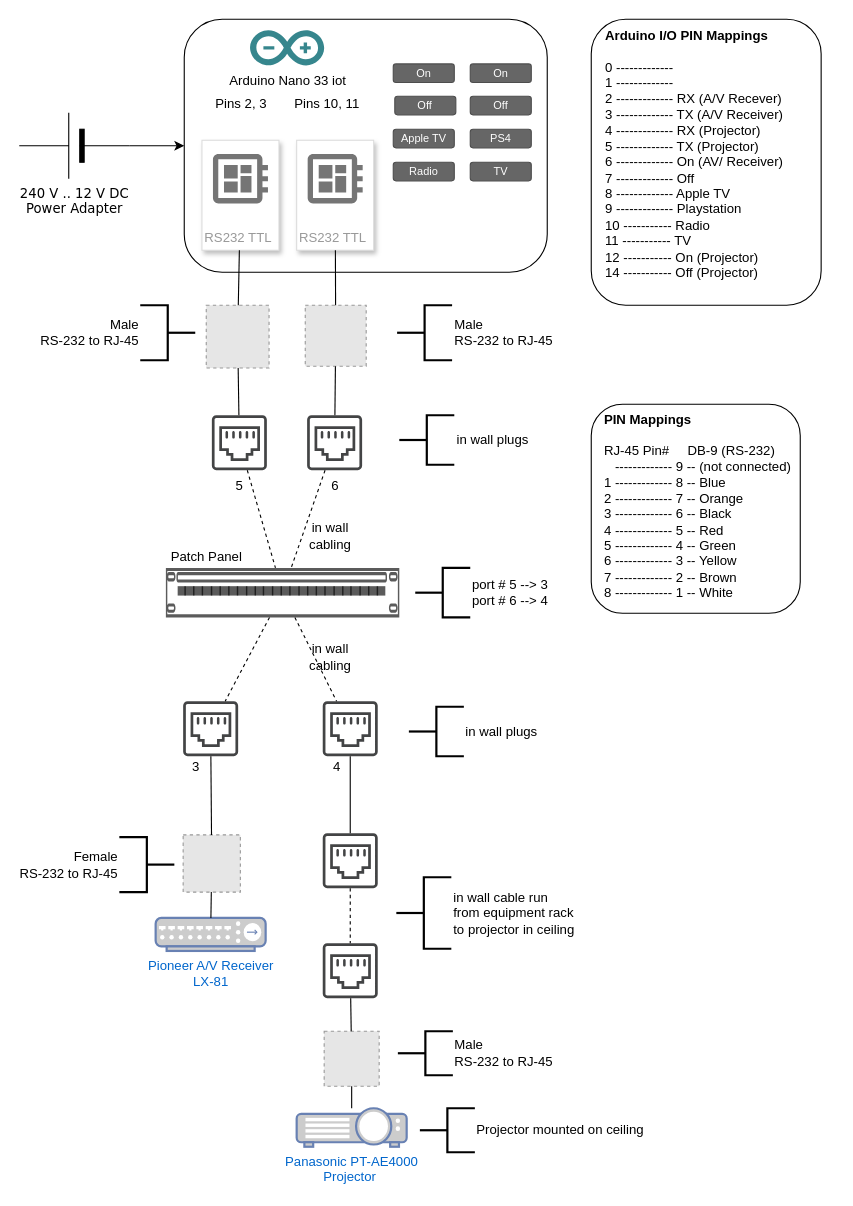
The draw.io diagram Home-Theatre-Remote.drawio in granticini/home-theatre-remote, before the edit. Source tidied: cells renumbered, new cells numbered last; positions are measured from the earlier drawing's top-left corner, leaving out a move shared by most shapes. Both pictures are drawn from the tidied source at 110%, with x=0, y=0 at pixel (19, 19). Pictures stored in the file or linked from it are replaced by grey dashed boxes.
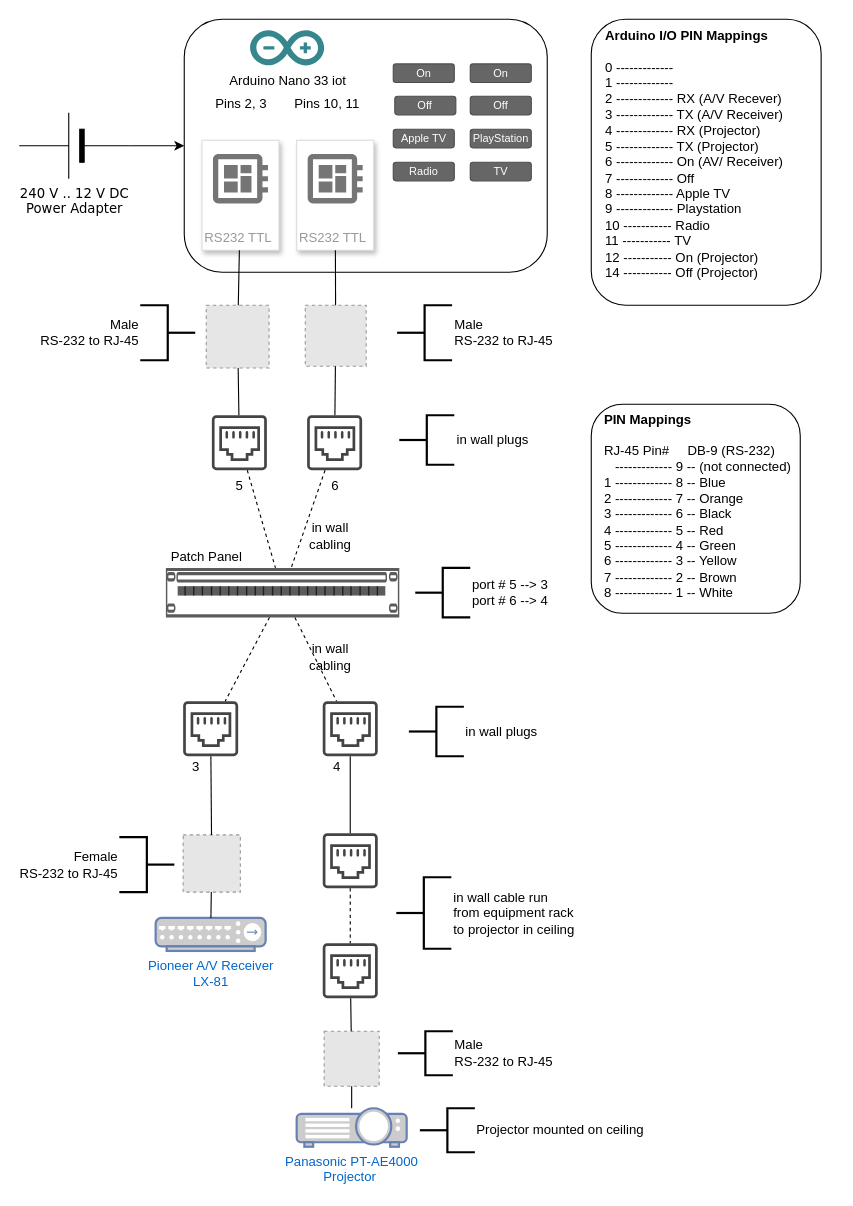
Above is the later version.

What changed in the source:
```diff
@@
-    <mxCell id="36" value="PS4" style="rounded=1;html=1;shadow=0;dashed=0;whiteSpace=wrap;fontSize=10;fillColor=#666666;align=center;strokeColor=#4D4D4D;fontColor=#ffffff;" parent="1" vertex="1">
+    <mxCell id="36" value="PlayStation" style="rounded=1;html=1;shadow=0;dashed=0;whiteSpace=wrap;fontSize=10;fillColor=#666666;align=center;strokeColor=#4D4D4D;fontColor=#ffffff;" parent="1" vertex="1">
       <mxGeometry x="410" y="100" width="55.5" height="16.9" as="geometry" />
     </mxCell>
```
